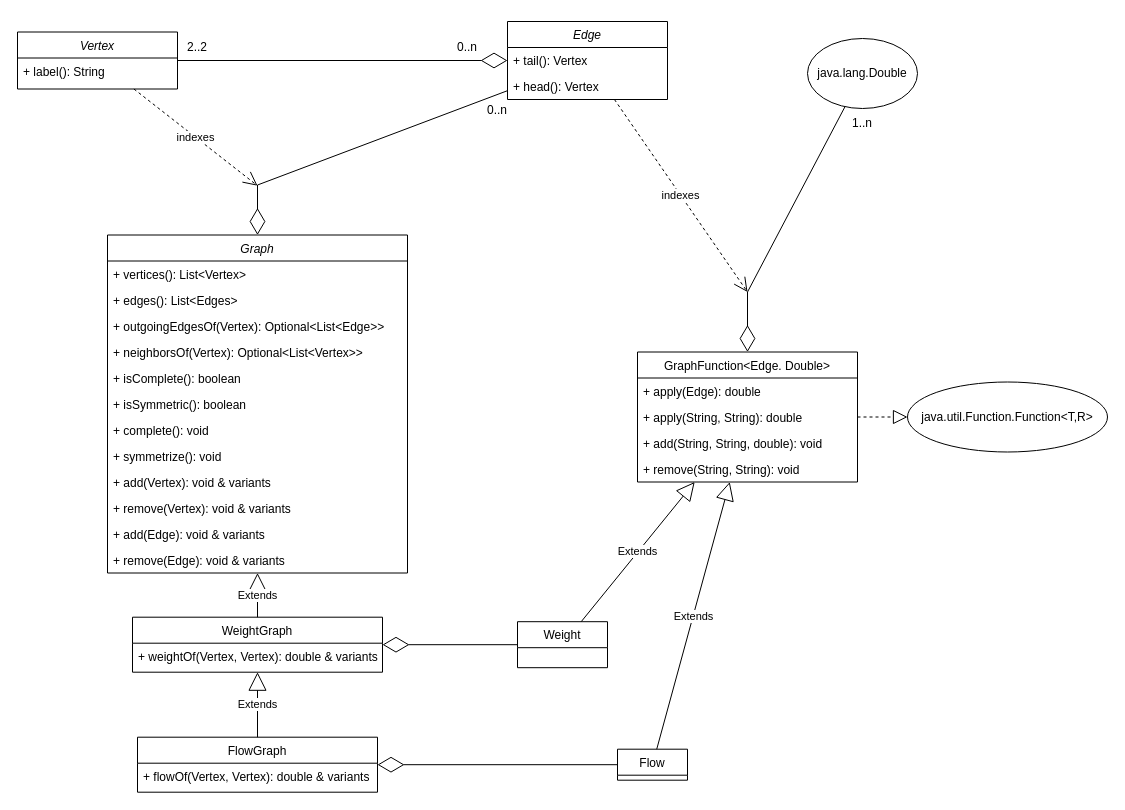
mgmu/jraf keeps this draw.io diagram as docs/graph.drawio. Above is the earlier version. Source tidied: cells renumbered, new cells numbered last; positions are measured from the earlier drawing's top-left corner, leaving out a move shared by most shapes. Both pictures are drawn from the tidied source at 100%, with x=0, y=0 at pixel (17, 21).
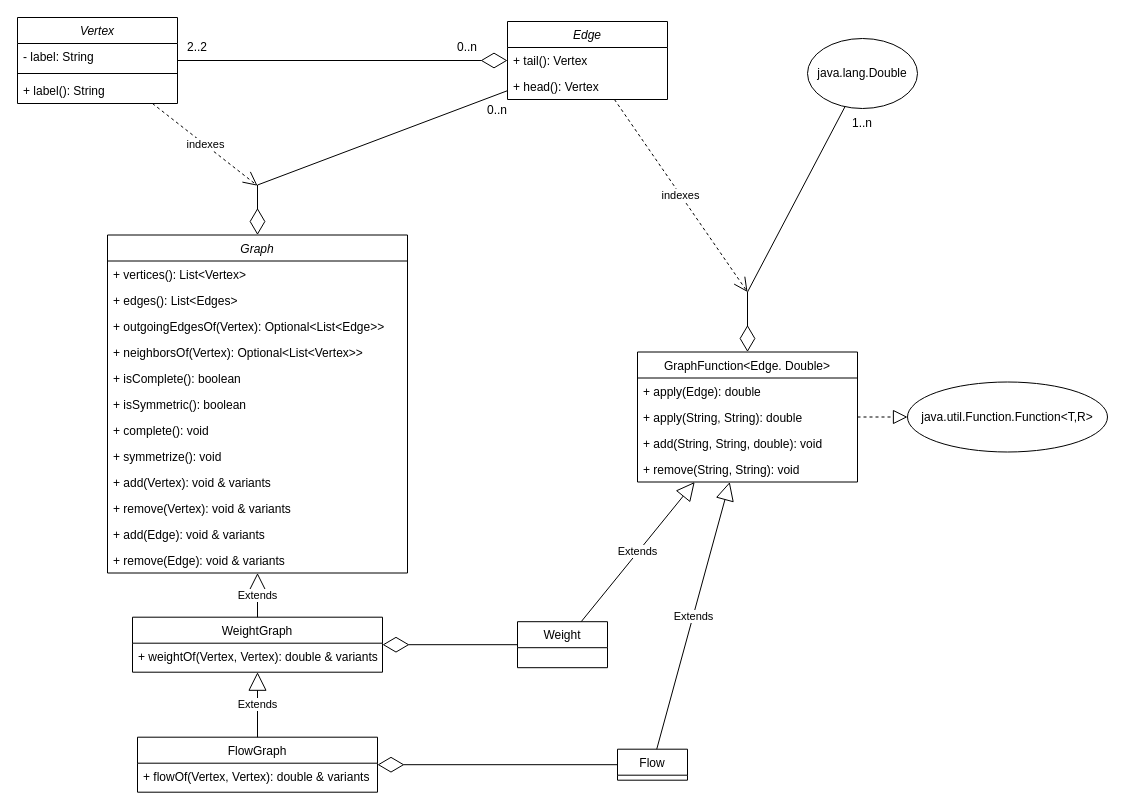
The same diagram, later.

Commit message:
Added label to Vertex diagram

What changed in the source:
```diff
@@
     <mxCell id="2" value="Vertex" style="swimlane;fontStyle=2;align=center;verticalAlign=top;horizontal=1;startSize=26;rounded=0;shadow=0;strokeWidth=1;" parent="1" vertex="1">
-      <mxGeometry y="10.5" width="160" height="57" as="geometry" />
+      <mxGeometry y="-4" width="160" height="86" as="geometry" />
     </mxCell>
+    <mxCell id="49" value="- label: String" style="text;strokeColor=none;fillColor=none;align=left;verticalAlign=top;spacingLeft=4;spacingRight=4;overflow=hidden;" parent="2" vertex="1">
+      <mxGeometry y="26" width="160" height="26" as="geometry" />
+    </mxCell>
+    <mxCell id="50" style="line;strokeWidth=1;fillColor=none;align=left;verticalAlign=middle;spacingTop=-1;spacingLeft=3;spacingRight=3;labelPosition=right;strokeColor=inherit;" parent="2" vertex="1">
+      <mxGeometry y="52" width="160" height="8" as="geometry" />
+    </mxCell>
     <mxCell id="3" value="+ label(): String" style="text;strokeColor=none;fillColor=none;align=left;verticalAlign=top;spacingLeft=4;spacingRight=4;overflow=hidden;" parent="2" vertex="1">
-      <mxGeometry y="26" width="160" height="26" as="geometry" />
+      <mxGeometry y="60" width="160" height="26" as="geometry" />
     </mxCell>
```
